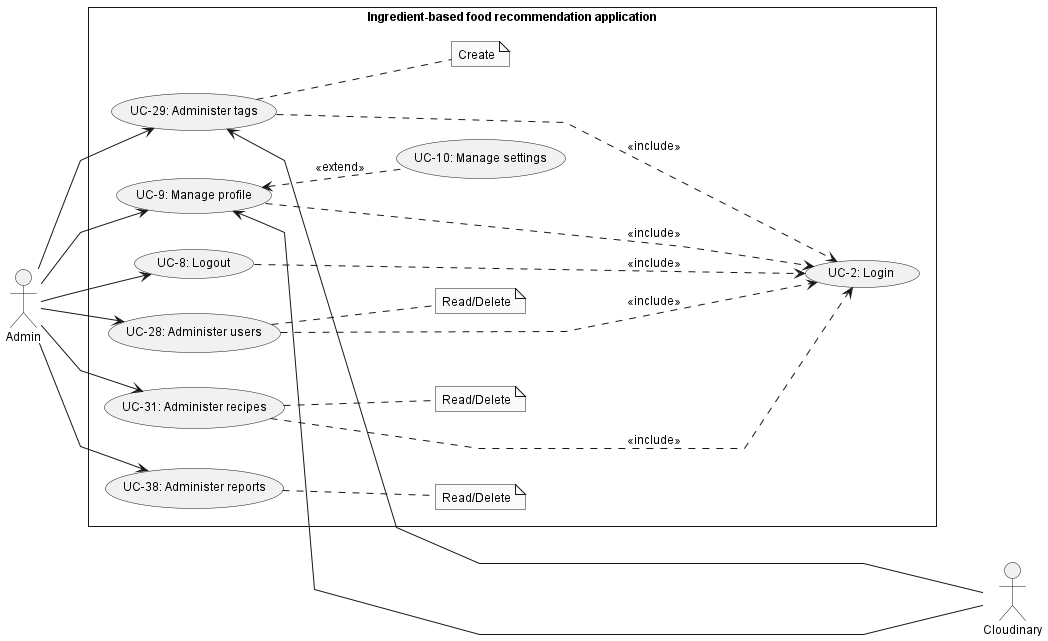
Above: doc/SRS/Usecase/AdminUsecase/AdminUsecase.png in Carl-Johnsons/tastopia (PlantUML), before the change.
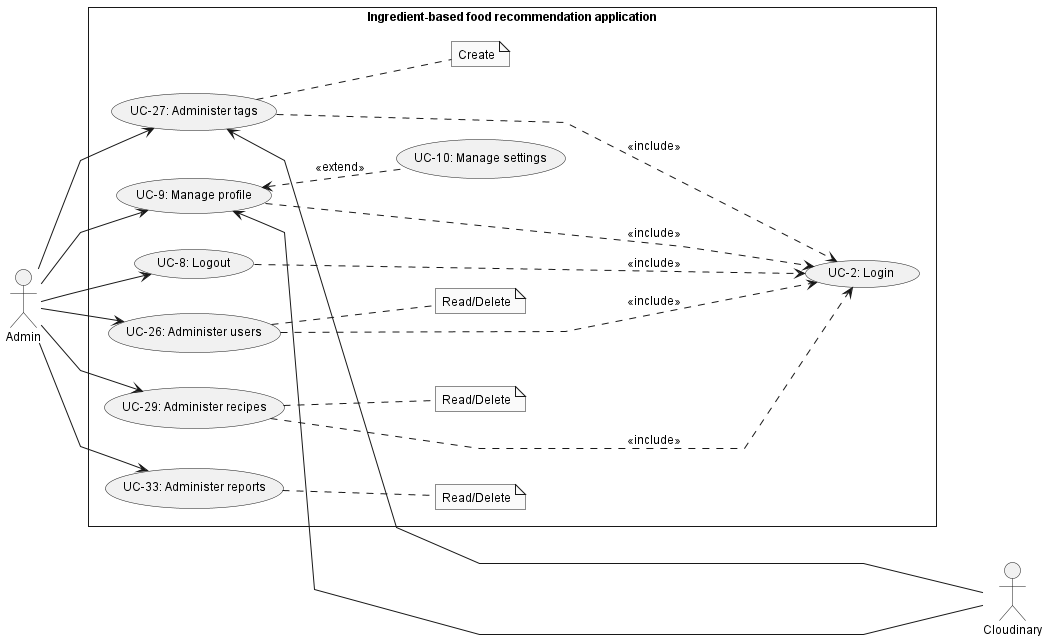
After the change.

Commit message:
doc: update use case diagram

What changed in the source:
```diff
@@ -12,10 +12,10 @@
     usecase "UC-9: Manage profile" as ucManageProfile
     usecase "UC-10: Manage settings" as ucManageSetting
 
-    usecase "UC-28: Administer users" as ucAdmUser
-    usecase "UC-29: Administer tags" as ucAdmTags
-    usecase "UC-31: Administer recipes" as ucAdmRecipe
-    usecase "UC-38: Administer reports" as ucAdmReport
+    usecase "UC-26: Administer users" as ucAdmUser
+    usecase "UC-27: Administer tags" as ucAdmTags
+    usecase "UC-29: Administer recipes" as ucAdmRecipe
+    usecase "UC-33: Administer reports" as ucAdmReport
 
     note "Read/Delete" as noteAdmUser
     note "Read/Delete" as noteAdmRecipe
```
